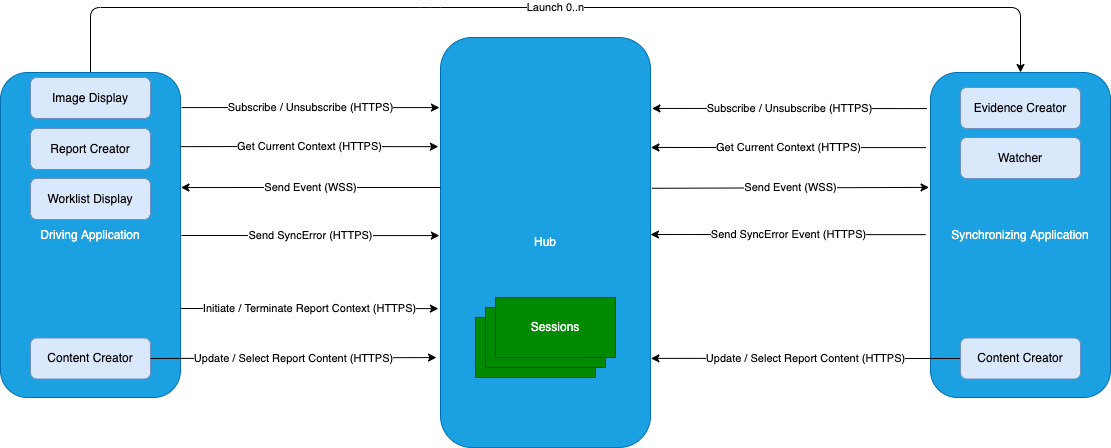
IHE/RAD.IRA keeps this draw.io diagram as input/images/interaction_model.png. Above is the earlier version. Source tidied: cells renumbered, new cells last; positions are measured from the earlier drawing's top-left corner, leaving out a move shared by most shapes.
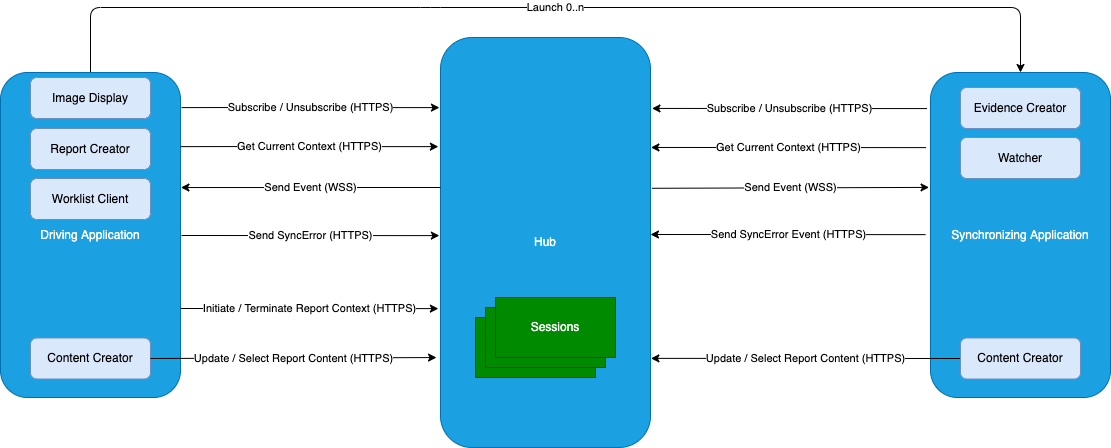
Above is the later version.

Commit message:
Changed Worklist Display to Worklist Client.

What changed in the source:
```diff
@@ -112,7 +112,7 @@
     <mxCell id="24" value="Report Creator" style="whiteSpace=wrap;html=1;rounded=1;fillColor=#dae8fc;strokeColor=#6c8ebf;" parent="1" vertex="1">
       <mxGeometry x="30" y="121" width="120" height="41" as="geometry" />
     </mxCell>
-    <mxCell id="25" value="Worklist Display" style="whiteSpace=wrap;html=1;rounded=1;fillColor=#dae8fc;strokeColor=#6c8ebf;" parent="1" vertex="1">
+    <mxCell id="25" value="Worklist Client" style="whiteSpace=wrap;html=1;rounded=1;fillColor=#dae8fc;strokeColor=#6c8ebf;" parent="1" vertex="1">
       <mxGeometry x="30" y="171" width="120" height="41" as="geometry" />
     </mxCell>
     <mxCell id="26" value="Evidence Creator" style="whiteSpace=wrap;html=1;rounded=1;fillColor=#dae8fc;strokeColor=#6c8ebf;" parent="1" vertex="1">
```
